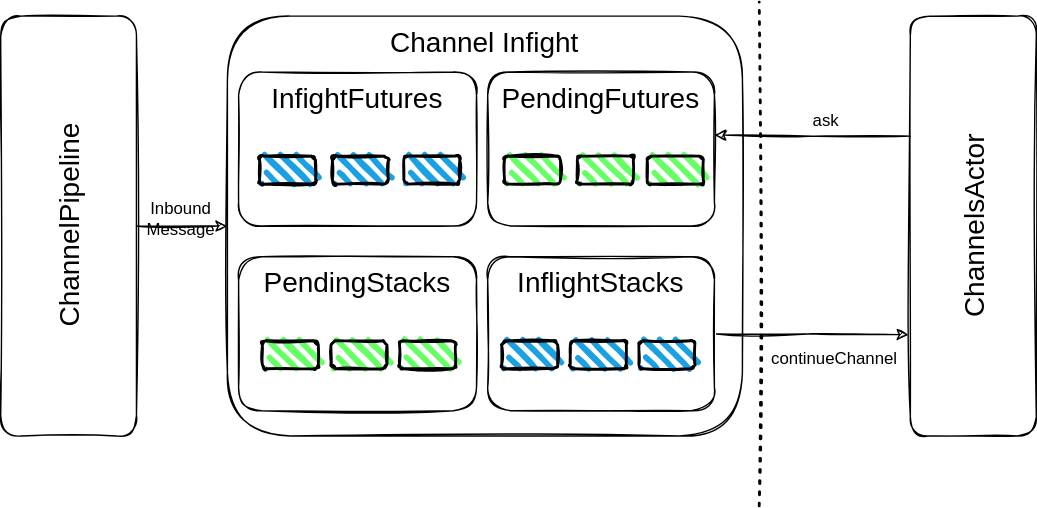
Earlier version of the draw.io export docs/_assets/images/channel_inflight.drawio.svg (otavia-projects/otavia). Source tidied: cells renumbered, new cells last; positions are measured from the earlier drawing's top-left corner, leaving out a move shared by most shapes. Source of this version:
```xml
<mxGraphModel>
  <root>
    <mxCell id="0" />
    <mxCell id="1" parent="0" />
    <mxCell id="2" style="edgeStyle=orthogonalEdgeStyle;rounded=0;jettySize=auto;html=1;entryX=0;entryY=0.5;entryDx=0;entryDy=0;sketch=1;" parent="1" edge="1" source="3" target="4">
      <mxGeometry relative="1" as="geometry" />
    </mxCell>
    <mxCell id="3" value="&lt;font style=&quot;font-size: 20px&quot;&gt;ChannelPipeline&lt;/font&gt;" style="rounded=1;whiteSpace=wrap;html=1;verticalAlign=middle;sketch=1;gradientColor=none;horizontal=0;" parent="1" vertex="1">
      <mxGeometry y="10" width="97" height="300" as="geometry" />
    </mxCell>
    <mxCell id="4" value="&lt;font style=&quot;font-size: 20px&quot;&gt;Channel Infight&lt;/font&gt;" style="rounded=1;whiteSpace=wrap;html=1;verticalAlign=top;sketch=1;" parent="1" vertex="1">
      <mxGeometry x="162" y="10" width="368" height="300" as="geometry" />
    </mxCell>
    <mxCell id="5" value="&lt;font style=&quot;font-size: 20px&quot;&gt;InfightFutures&lt;/font&gt;" style="rounded=1;whiteSpace=wrap;html=1;verticalAlign=top;sketch=1;" parent="1" vertex="1">
      <mxGeometry x="170" y="50" width="170" height="110" as="geometry" />
    </mxCell>
    <mxCell id="6" value="&lt;font style=&quot;font-size: 20px&quot;&gt;PendingFutures&lt;/font&gt;" style="rounded=1;whiteSpace=wrap;html=1;verticalAlign=top;sketch=1;" parent="1" vertex="1">
      <mxGeometry x="348" y="50" width="162" height="110" as="geometry" />
    </mxCell>
    <mxCell id="7" value="&lt;font style=&quot;font-size: 20px&quot;&gt;PendingStacks&lt;/font&gt;" style="rounded=1;whiteSpace=wrap;html=1;verticalAlign=top;sketch=1;" parent="1" vertex="1">
      <mxGeometry x="170" y="182" width="170" height="110" as="geometry" />
    </mxCell>
    <mxCell id="8" style="edgeStyle=orthogonalEdgeStyle;rounded=0;jettySize=auto;html=1;exitX=1;exitY=0.5;exitDx=0;exitDy=0;entryX=-0.014;entryY=0.759;entryDx=0;entryDy=0;sketch=1;entryPerimeter=0;" parent="1" edge="1" source="9" target="25">
      <mxGeometry relative="1" as="geometry" />
    </mxCell>
    <mxCell id="9" value="&lt;font style=&quot;font-size: 20px&quot;&gt;InflightStacks&lt;/font&gt;" style="rounded=1;whiteSpace=wrap;html=1;verticalAlign=top;sketch=1;" parent="1" vertex="1">
      <mxGeometry x="348" y="182" width="162" height="110" as="geometry" />
    </mxCell>
    <mxCell id="10" value="Inbound Message" style="text;html=1;strokeColor=none;fillColor=none;align=center;verticalAlign=middle;whiteSpace=wrap;rounded=0;sketch=1;" parent="1" vertex="1">
      <mxGeometry x="99" y="140" width="60" height="30" as="geometry" />
    </mxCell>
    <mxCell id="11" style="rounded=1;whiteSpace=wrap;html=1;strokeWidth=2;fillWeight=4;hachureGap=8;hachureAngle=45;fillColor=#1ba1e2;sketch=1;" parent="1" vertex="1">
      <mxGeometry x="185" y="110" width="40" height="20" as="geometry" />
    </mxCell>
    <mxCell id="12" style="rounded=1;whiteSpace=wrap;html=1;strokeWidth=2;fillWeight=4;hachureGap=8;hachureAngle=45;fillColor=#1ba1e2;sketch=1;" parent="1" vertex="1">
      <mxGeometry x="237" y="110" width="40" height="20" as="geometry" />
    </mxCell>
    <mxCell id="13" style="rounded=1;whiteSpace=wrap;html=1;strokeWidth=2;fillWeight=4;hachureGap=8;hachureAngle=45;fillColor=#1ba1e2;sketch=1;" parent="1" vertex="1">
      <mxGeometry x="288" y="110" width="40" height="20" as="geometry" />
    </mxCell>
    <mxCell id="14" style="rounded=1;whiteSpace=wrap;html=1;strokeWidth=2;fillWeight=4;hachureGap=8;hachureAngle=45;fillColor=#1ba1e2;sketch=1;" parent="1" vertex="1">
      <mxGeometry x="358" y="242" width="40" height="20" as="geometry" />
    </mxCell>
    <mxCell id="15" style="rounded=1;whiteSpace=wrap;html=1;strokeWidth=2;fillWeight=4;hachureGap=8;hachureAngle=45;fillColor=#1ba1e2;sketch=1;" parent="1" vertex="1">
      <mxGeometry x="407" y="242" width="40" height="20" as="geometry" />
    </mxCell>
    <mxCell id="16" style="rounded=1;whiteSpace=wrap;html=1;strokeWidth=2;fillWeight=4;hachureGap=8;hachureAngle=45;fillColor=#1ba1e2;sketch=1;" parent="1" vertex="1">
      <mxGeometry x="456" y="242" width="40" height="20" as="geometry" />
    </mxCell>
    <mxCell id="17" style="rounded=1;whiteSpace=wrap;html=1;strokeWidth=2;fillWeight=4;hachureGap=8;hachureAngle=45;fillColor=#66FF66;sketch=1;" parent="1" vertex="1">
      <mxGeometry x="360" y="110" width="40" height="20" as="geometry" />
    </mxCell>
    <mxCell id="18" style="rounded=1;whiteSpace=wrap;html=1;strokeWidth=2;fillWeight=4;hachureGap=8;hachureAngle=45;fillColor=#66FF66;sketch=1;" parent="1" vertex="1">
      <mxGeometry x="412" y="110" width="40" height="20" as="geometry" />
    </mxCell>
    <mxCell id="19" style="rounded=1;whiteSpace=wrap;html=1;strokeWidth=2;fillWeight=4;hachureGap=8;hachureAngle=45;fillColor=#66FF66;sketch=1;" parent="1" vertex="1">
      <mxGeometry x="462" y="110" width="40" height="20" as="geometry" />
    </mxCell>
    <mxCell id="20" style="rounded=1;whiteSpace=wrap;html=1;strokeWidth=2;fillWeight=4;hachureGap=8;hachureAngle=45;fillColor=#66FF66;sketch=1;" parent="1" vertex="1">
      <mxGeometry x="187" y="242" width="40" height="20" as="geometry" />
    </mxCell>
    <mxCell id="21" style="rounded=1;whiteSpace=wrap;html=1;strokeWidth=2;fillWeight=4;hachureGap=8;hachureAngle=45;fillColor=#66FF66;sketch=1;" parent="1" vertex="1">
      <mxGeometry x="236" y="242" width="40" height="20" as="geometry" />
    </mxCell>
    <mxCell id="22" style="rounded=1;whiteSpace=wrap;html=1;strokeWidth=2;fillWeight=4;hachureGap=8;hachureAngle=45;fillColor=#66FF66;sketch=1;" parent="1" vertex="1">
      <mxGeometry x="285" y="242" width="40" height="20" as="geometry" />
    </mxCell>
    <mxCell id="23" style="endArrow=none;dashed=1;html=1;dashPattern=1 3;strokeWidth=2;rounded=0;sketch=1;" parent="1" edge="1">
      <mxGeometry relative="1" as="geometry">
        <mxPoint x="542" y="360" as="sourcePoint" />
        <mxPoint x="542" as="targetPoint" />
      </mxGeometry>
    </mxCell>
    <mxCell id="24" style="edgeStyle=orthogonalEdgeStyle;rounded=0;jettySize=auto;html=1;exitX=0;exitY=0.286;exitDx=0;exitDy=0;entryX=1;entryY=0.409;entryDx=0;entryDy=0;entryPerimeter=0;sketch=1;exitPerimeter=0;" parent="1" edge="1" source="25" target="6">
      <mxGeometry relative="1" as="geometry" />
    </mxCell>
    <mxCell id="25" value="&lt;span style=&quot;font-size: 20px;&quot;&gt;ChannelsActor&lt;/span&gt;" style="rounded=1;whiteSpace=wrap;html=1;verticalAlign=middle;sketch=1;horizontal=0;" parent="1" vertex="1">
      <mxGeometry x="650" y="10" width="90" height="300" as="geometry" />
    </mxCell>
    <mxCell id="26" value="ask" style="text;html=1;strokeColor=none;fillColor=none;align=center;verticalAlign=middle;whiteSpace=wrap;rounded=0;sketch=1;" parent="1" vertex="1">
      <mxGeometry x="560" y="70" width="60" height="30" as="geometry" />
    </mxCell>
    <mxCell id="27" value="continueChannel" style="text;html=1;strokeColor=none;fillColor=none;align=center;verticalAlign=middle;whiteSpace=wrap;rounded=0;sketch=1;" parent="1" vertex="1">
      <mxGeometry x="566" y="240" width="60" height="30" as="geometry" />
    </mxCell>
  </root>
</mxGraphModel>
```
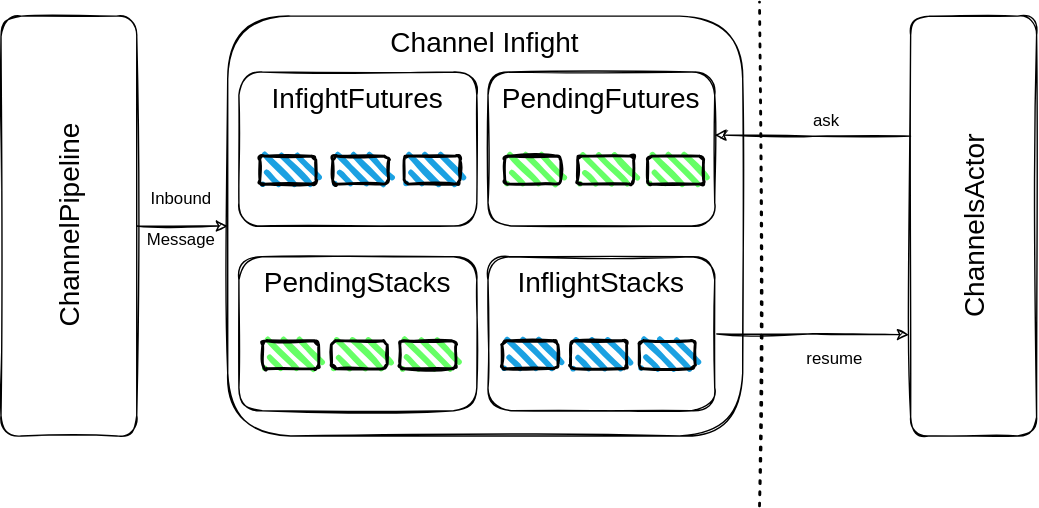
The same diagram one commit later.

What changed in the source:
```diff
@@ -26,7 +26,7 @@
     <mxCell id="9" value="&lt;font style=&quot;font-size: 20px&quot;&gt;InflightStacks&lt;/font&gt;" style="rounded=1;whiteSpace=wrap;html=1;verticalAlign=top;sketch=1;" parent="1" vertex="1">
       <mxGeometry x="348" y="182" width="162" height="110" as="geometry" />
     </mxCell>
-    <mxCell id="10" value="Inbound Message" style="text;html=1;strokeColor=none;fillColor=none;align=center;verticalAlign=middle;whiteSpace=wrap;rounded=0;sketch=1;" parent="1" vertex="1">
+    <mxCell id="10" value="Inbound &lt;br&gt;&lt;br&gt;Message" style="text;html=1;strokeColor=none;fillColor=none;align=center;verticalAlign=middle;whiteSpace=wrap;rounded=0;sketch=1;" parent="1" vertex="1">
       <mxGeometry x="99" y="140" width="60" height="30" as="geometry" />
     </mxCell>
     <mxCell id="11" style="rounded=1;whiteSpace=wrap;html=1;strokeWidth=2;fillWeight=4;hachureGap=8;hachureAngle=45;fillColor=#1ba1e2;sketch=1;" parent="1" vertex="1">
@@ -80,7 +80,7 @@
     <mxCell id="26" value="ask" style="text;html=1;strokeColor=none;fillColor=none;align=center;verticalAlign=middle;whiteSpace=wrap;rounded=0;sketch=1;" parent="1" vertex="1">
       <mxGeometry x="560" y="70" width="60" height="30" as="geometry" />
     </mxCell>
-    <mxCell id="27" value="continueChannel" style="text;html=1;strokeColor=none;fillColor=none;align=center;verticalAlign=middle;whiteSpace=wrap;rounded=0;sketch=1;" parent="1" vertex="1">
+    <mxCell id="27" value="resume" style="text;html=1;strokeColor=none;fillColor=none;align=center;verticalAlign=middle;whiteSpace=wrap;rounded=0;sketch=1;" parent="1" vertex="1">
       <mxGeometry x="566" y="240" width="60" height="30" as="geometry" />
     </mxCell>
   </root>
```
